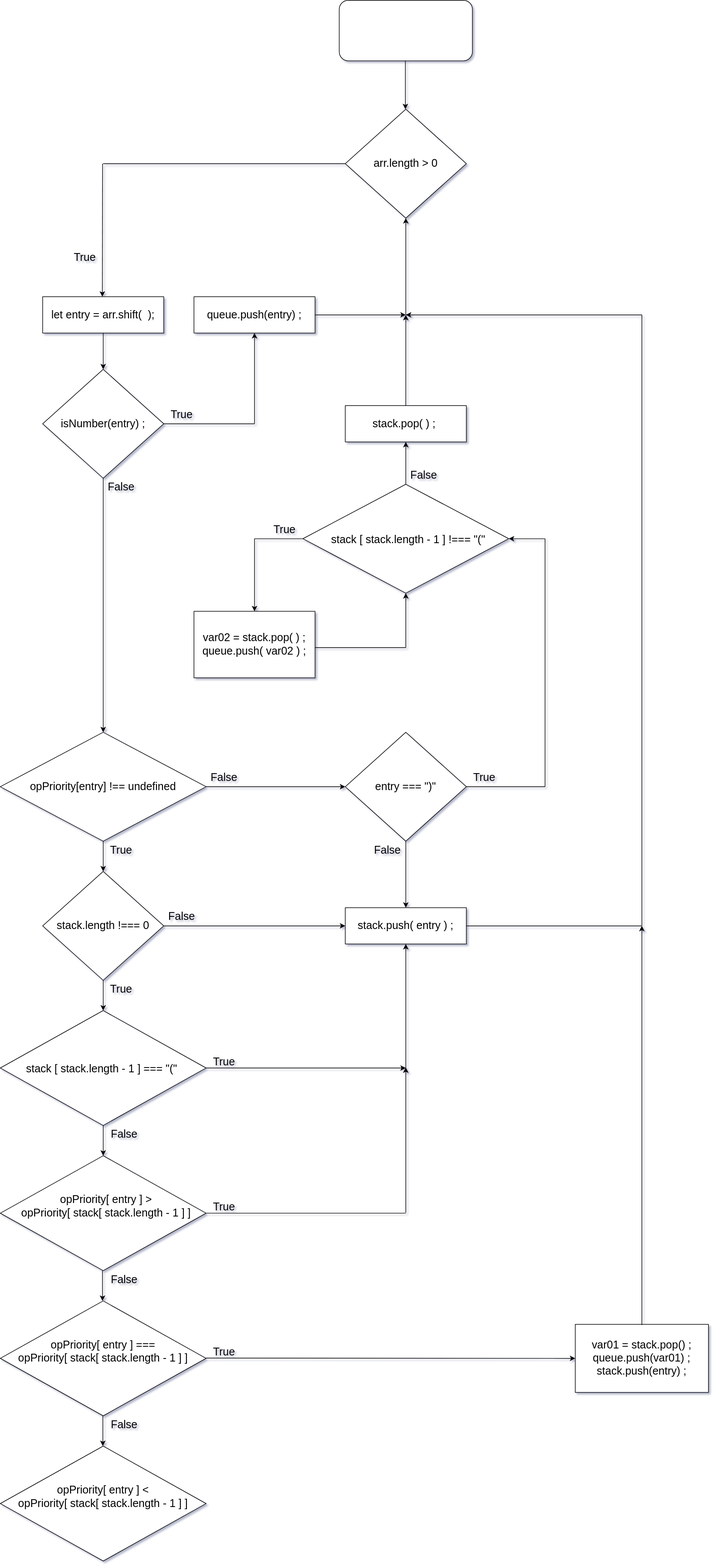
Above: Untitled Diagram.drawio.svg in jcgm3205/jcgm3205 (draw.io), before the change. Source tidied: cells renumbered, new cells last; positions are measured from the earlier drawing's top-left corner, leaving out a move shared by most shapes.
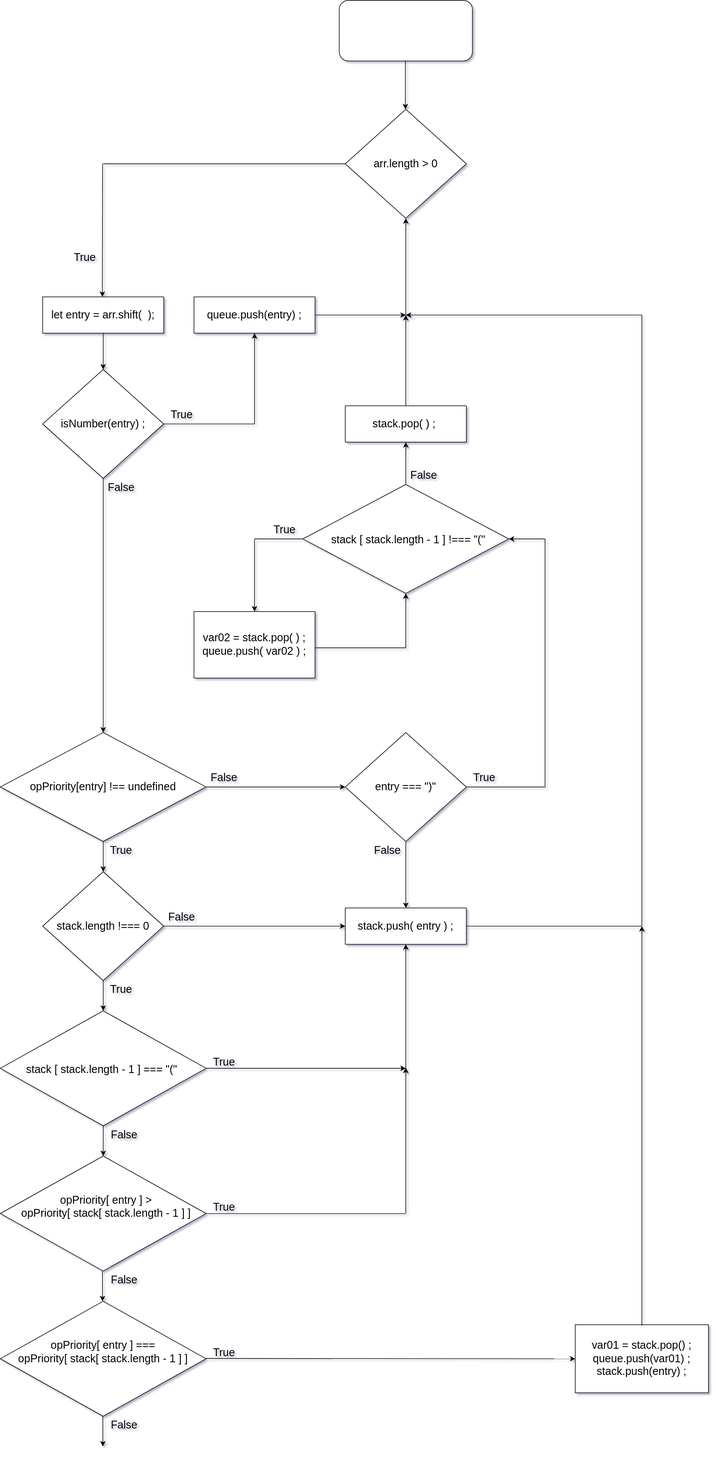
Above is the later version.

What changed in the source:
```diff
@@ -302,12 +302,6 @@
         <mxPoint x="169.4" y="2390" as="targetPoint" />
       </mxGeometry>
     </mxCell>
-    <mxCell id="75" style="rhombus;whiteSpace=wrap;html=1;fontSize=14;" parent="1" vertex="1">
-      <mxGeometry y="2390" width="340" height="190" as="geometry" />
-    </mxCell>
-    <mxCell id="76" value="opPriority[ entry ] &amp;lt;&lt;br&gt;opPriority[ stack[ stack.length - 1 ] ]&lt;br&gt;&amp;nbsp;" style="text;html=1;strokeColor=none;fillColor=none;align=center;verticalAlign=middle;whiteSpace=wrap;rounded=0;fontSize=18;" parent="1" vertex="1">
-      <mxGeometry x="25" y="2390" width="290" height="190" as="geometry" />
-    </mxCell>
     <mxCell id="77" value="False" style="text;html=1;strokeColor=none;fillColor=none;align=center;verticalAlign=middle;whiteSpace=wrap;rounded=0;fontSize=18;" parent="1" vertex="1">
       <mxGeometry x="170" y="2340" width="70" height="30" as="geometry" />
     </mxCell>
```
